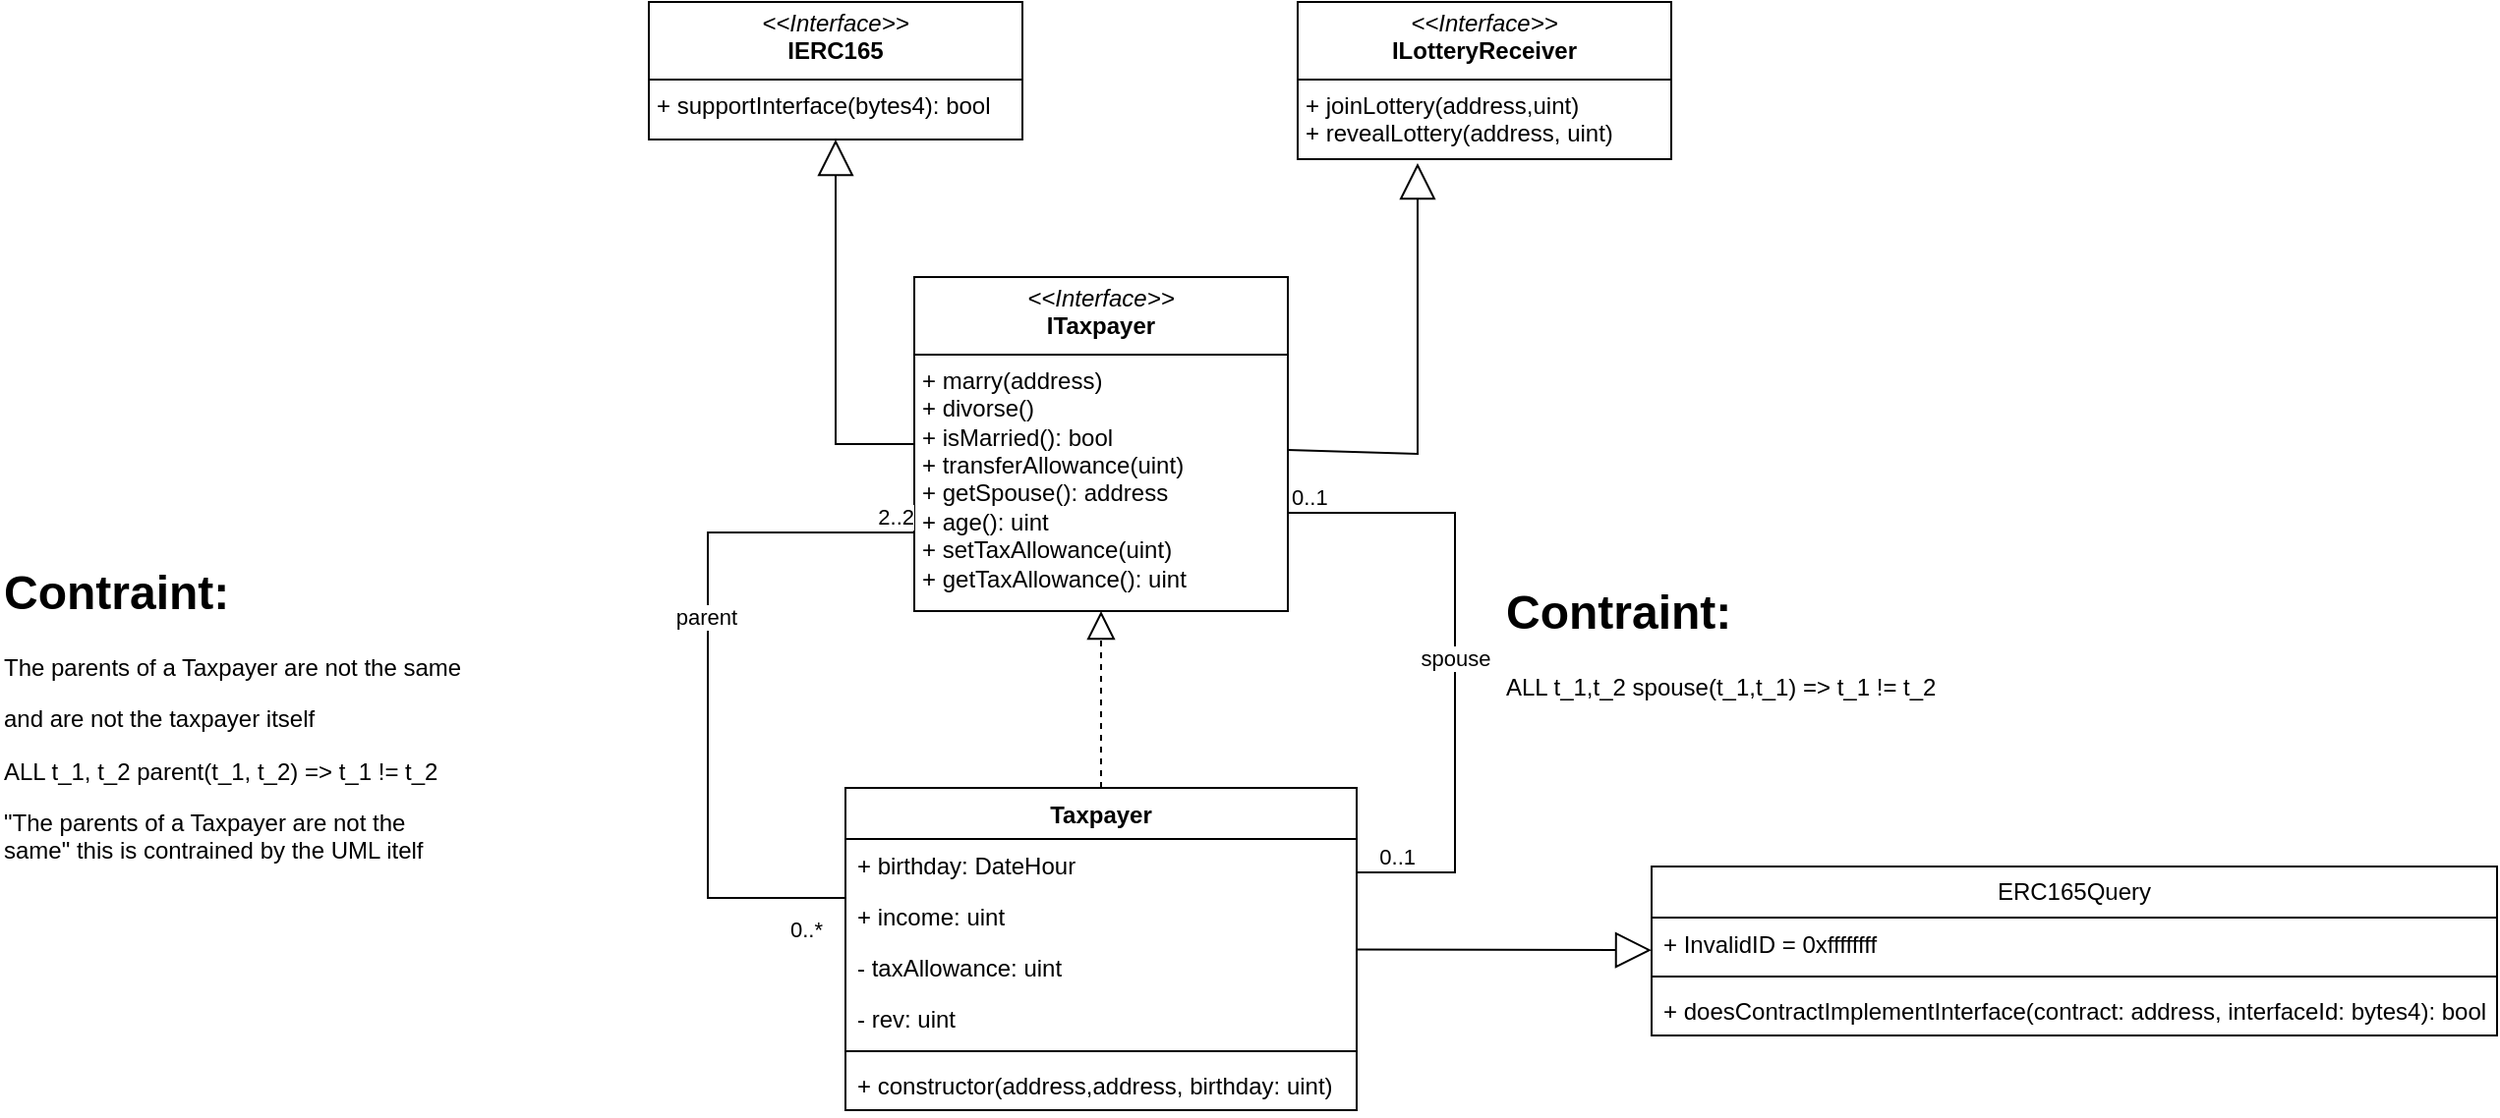
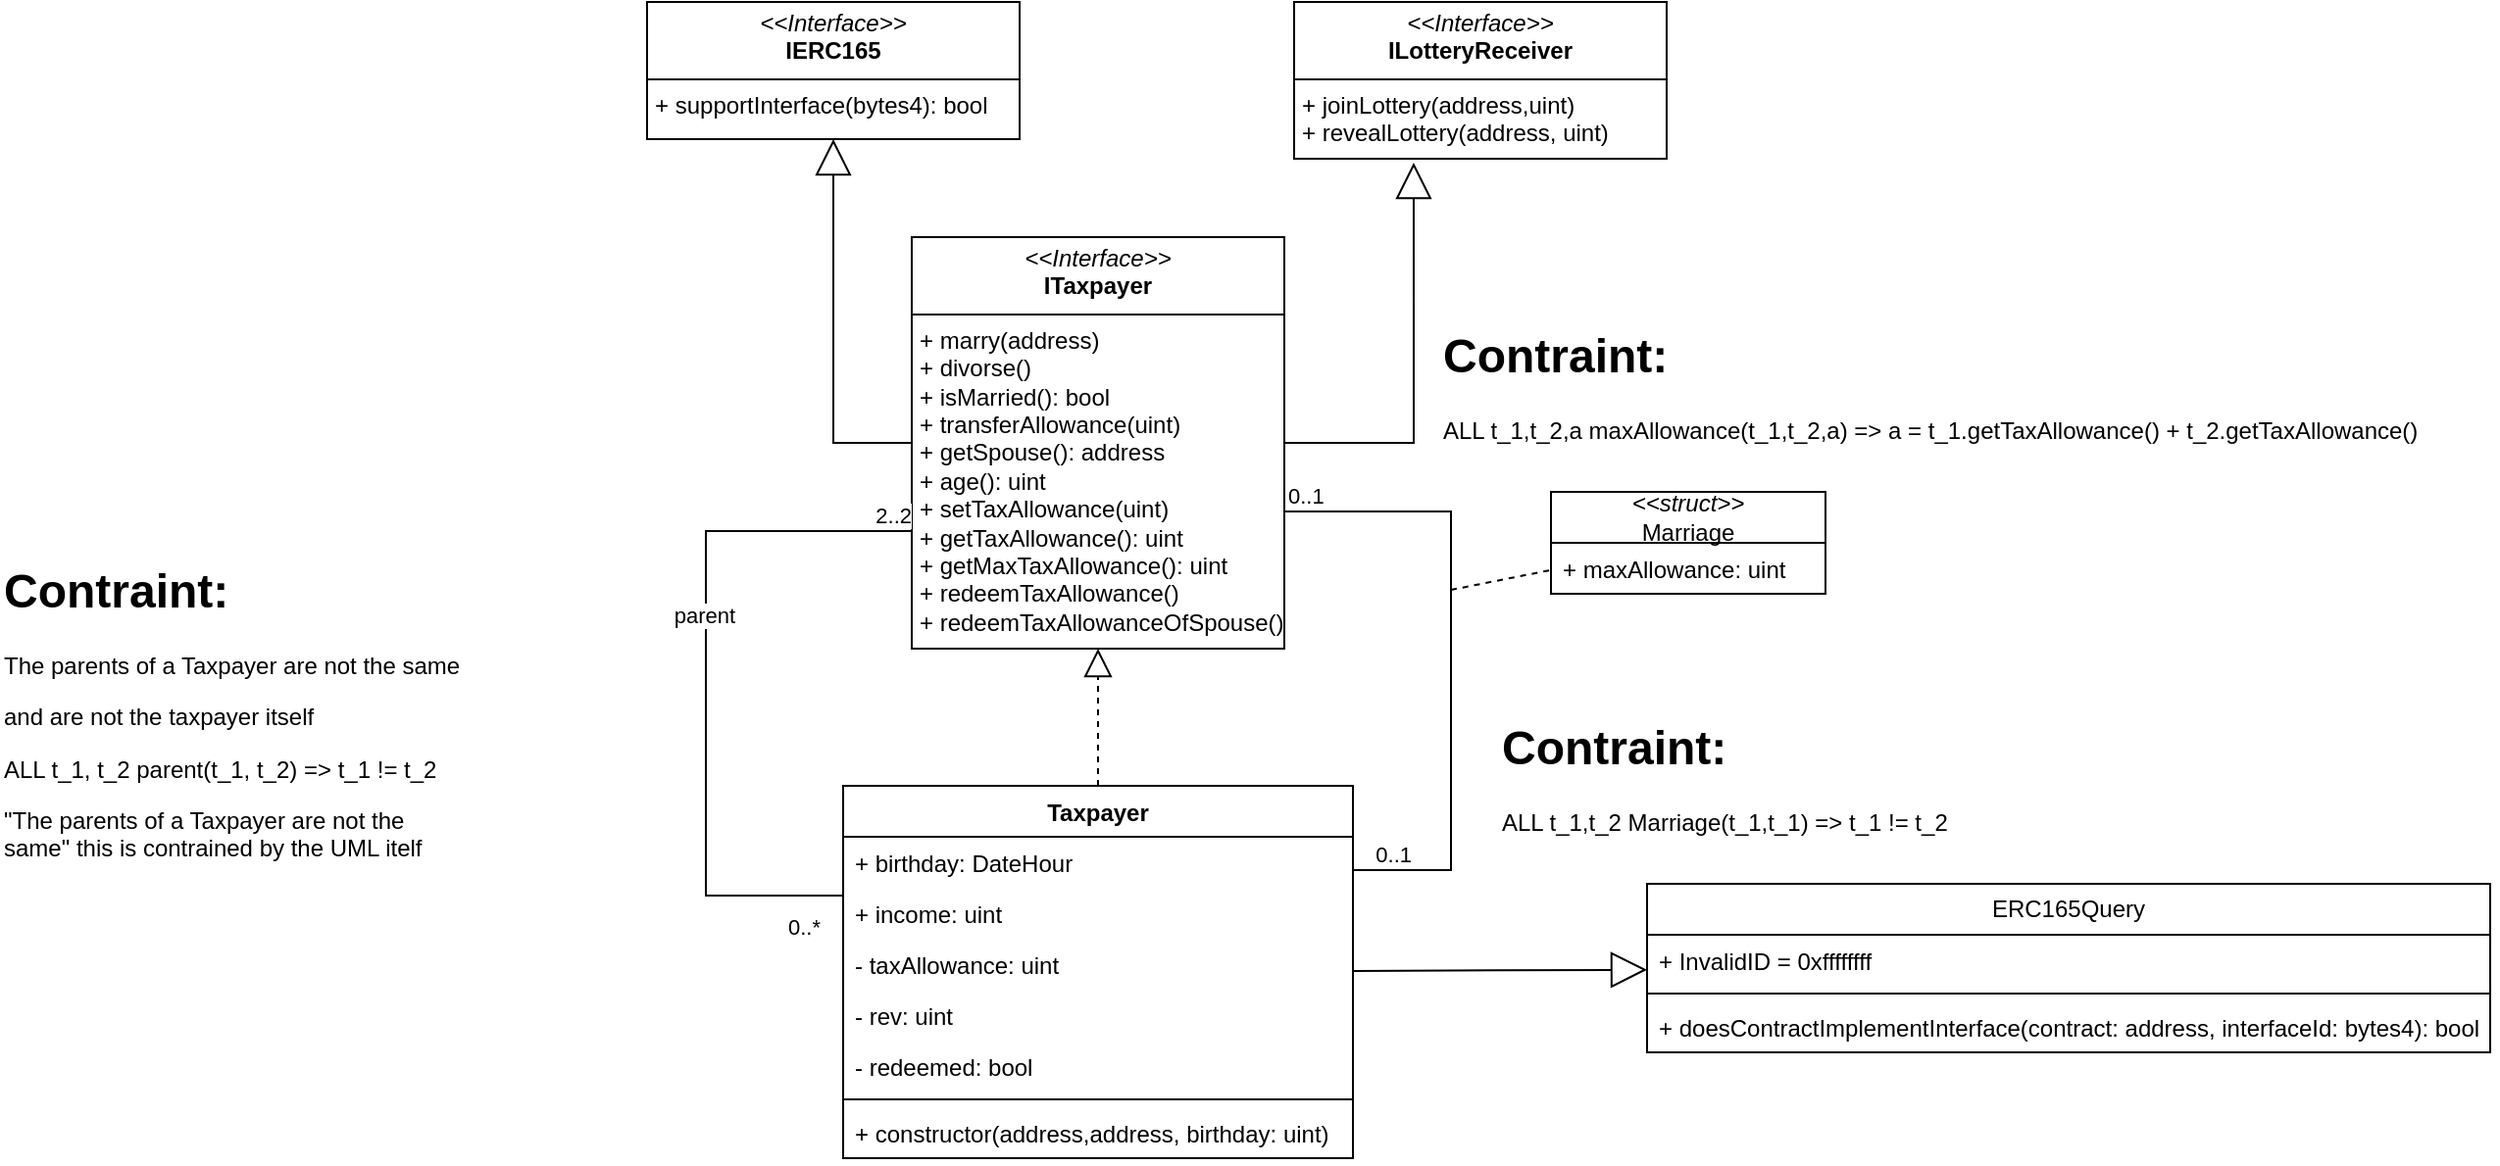
- <mxfile host="Electron" agent="Mozilla/5.0 (Macintosh; Intel Mac OS X 10_15_7) AppleWebKit/537.36 (KHTML, like Gecko) draw.io/28.1.2 Chrome/138.0.7204.243 Electron/37.4.0 Safari/537.36" version="28.1.2">
+ <mxfile host="Electron" agent="Mozilla/5.0 (X11; Linux x86_64) AppleWebKit/537.36 (KHTML, like Gecko) draw.io/29.0.3 Chrome/140.0.7339.249 Electron/38.7.0 Safari/537.36" version="29.0.3">
  <diagram name="Page-1" id="2QgMKyrjdVpumMaxxoHU">
-     <mxGraphModel dx="2010" dy="915" grid="1" gridSize="10" guides="1" tooltips="1" connect="1" arrows="1" fold="1" page="1" pageScale="1" pageWidth="827" pageHeight="1169" math="0" shadow="0">
+     <mxGraphModel dx="1710" dy="736" grid="1" gridSize="10" guides="1" tooltips="1" connect="1" arrows="1" fold="1" page="1" pageScale="1" pageWidth="827" pageHeight="1169" math="0" shadow="0">
      <root>
        <mxCell id="0" />
        <mxCell id="1" parent="0" />
        <mxCell id="wzdy_rKrvlF5ZHzTXn_8-14" value="Taxpayer" style="swimlane;fontStyle=1;align=center;verticalAlign=top;childLayout=stackLayout;horizontal=1;startSize=26;horizontalStack=0;resizeParent=1;resizeParentMax=0;resizeLast=0;collapsible=1;marginBottom=0;whiteSpace=wrap;html=1;" parent="1" vertex="1">
-           <mxGeometry x="-160" y="490" width="260" height="164" as="geometry" />
+           <mxGeometry x="-160" y="490" width="260" height="190" as="geometry" />
        </mxCell>
        <mxCell id="wzdy_rKrvlF5ZHzTXn_8-15" value="+ birthday: DateHour" style="text;strokeColor=none;fillColor=none;align=left;verticalAlign=top;spacingLeft=4;spacingRight=4;overflow=hidden;rotatable=0;points=[[0,0.5],[1,0.5]];portConstraint=eastwest;whiteSpace=wrap;html=1;" parent="wzdy_rKrvlF5ZHzTXn_8-14" vertex="1">
          <mxGeometry y="26" width="260" height="26" as="geometry" />
        </mxCell>
        <mxCell id="wzdy_rKrvlF5ZHzTXn_8-48" value="+ income: uint" style="text;strokeColor=none;fillColor=none;align=left;verticalAlign=top;spacingLeft=4;spacingRight=4;overflow=hidden;rotatable=0;points=[[0,0.5],[1,0.5]];portConstraint=eastwest;whiteSpace=wrap;html=1;" parent="wzdy_rKrvlF5ZHzTXn_8-14" vertex="1">
          <mxGeometry y="52" width="260" height="26" as="geometry" />
        </mxCell>
        <mxCell id="wzdy_rKrvlF5ZHzTXn_8-41" value="- taxAllowance: uint" style="text;strokeColor=none;fillColor=none;align=left;verticalAlign=top;spacingLeft=4;spacingRight=4;overflow=hidden;rotatable=0;points=[[0,0.5],[1,0.5]];portConstraint=eastwest;whiteSpace=wrap;html=1;" parent="wzdy_rKrvlF5ZHzTXn_8-14" vertex="1">
          <mxGeometry y="78" width="260" height="26" as="geometry" />
        </mxCell>
        <mxCell id="wzdy_rKrvlF5ZHzTXn_8-49" value="- rev: uint" style="text;strokeColor=none;fillColor=none;align=left;verticalAlign=top;spacingLeft=4;spacingRight=4;overflow=hidden;rotatable=0;points=[[0,0.5],[1,0.5]];portConstraint=eastwest;whiteSpace=wrap;html=1;" parent="wzdy_rKrvlF5ZHzTXn_8-14" vertex="1">
          <mxGeometry y="104" width="260" height="26" as="geometry" />
        </mxCell>
+         <mxCell id="HauEsbVkByJ_EL_nvbPs-1" value="- redeemed: bool" style="text;strokeColor=none;fillColor=none;align=left;verticalAlign=top;spacingLeft=4;spacingRight=4;overflow=hidden;rotatable=0;points=[[0,0.5],[1,0.5]];portConstraint=eastwest;whiteSpace=wrap;html=1;" vertex="1" parent="wzdy_rKrvlF5ZHzTXn_8-14">
+           <mxGeometry y="130" width="260" height="26" as="geometry" />
+         </mxCell>
        <mxCell id="wzdy_rKrvlF5ZHzTXn_8-16" value="" style="line;strokeWidth=1;fillColor=none;align=left;verticalAlign=middle;spacingTop=-1;spacingLeft=3;spacingRight=3;rotatable=0;labelPosition=right;points=[];portConstraint=eastwest;strokeColor=inherit;" parent="wzdy_rKrvlF5ZHzTXn_8-14" vertex="1">
-           <mxGeometry y="130" width="260" height="8" as="geometry" />
+           <mxGeometry y="156" width="260" height="8" as="geometry" />
        </mxCell>
        <mxCell id="wzdy_rKrvlF5ZHzTXn_8-17" value="+ constructor(address,address, birthday: uint)" style="text;strokeColor=none;fillColor=none;align=left;verticalAlign=top;spacingLeft=4;spacingRight=4;overflow=hidden;rotatable=0;points=[[0,0.5],[1,0.5]];portConstraint=eastwest;whiteSpace=wrap;html=1;" parent="wzdy_rKrvlF5ZHzTXn_8-14" vertex="1">
-           <mxGeometry y="138" width="260" height="26" as="geometry" />
+           <mxGeometry y="164" width="260" height="26" as="geometry" />
        </mxCell>
-         <mxCell id="wzdy_rKrvlF5ZHzTXn_8-18" value="&lt;p style=&quot;margin:0px;margin-top:4px;text-align:center;&quot;&gt;&lt;i&gt;&amp;lt;&amp;lt;Interface&amp;gt;&amp;gt;&lt;/i&gt;&lt;br&gt;&lt;b&gt;ITaxpayer&lt;/b&gt;&lt;/p&gt;&lt;hr size=&quot;1&quot; style=&quot;border-style:solid;&quot;&gt;&lt;p style=&quot;margin:0px;margin-left:4px;&quot;&gt;+ marry(address)&lt;br&gt;+ divorse()&lt;/p&gt;&lt;p style=&quot;margin:0px;margin-left:4px;&quot;&gt;+ isMarried(): bool&lt;/p&gt;&lt;p style=&quot;margin:0px;margin-left:4px;&quot;&gt;+ transferAllowance(uint)&lt;/p&gt;&lt;p style=&quot;margin:0px;margin-left:4px;&quot;&gt;+ getSpouse(): address&lt;/p&gt;&lt;p style=&quot;margin:0px;margin-left:4px;&quot;&gt;+ age(): uint&lt;/p&gt;&lt;p style=&quot;margin:0px;margin-left:4px;&quot;&gt;+ setTaxAllowance(uint)&lt;/p&gt;&lt;p style=&quot;margin:0px;margin-left:4px;&quot;&gt;+ getTaxAllowance(): uint&lt;/p&gt;" style="verticalAlign=top;align=left;overflow=fill;html=1;whiteSpace=wrap;" parent="1" vertex="1">
-           <mxGeometry x="-125" y="230" width="190" height="170" as="geometry" />
+         <mxCell id="wzdy_rKrvlF5ZHzTXn_8-18" value="&lt;p style=&quot;margin:0px;margin-top:4px;text-align:center;&quot;&gt;&lt;i&gt;&amp;lt;&amp;lt;Interface&amp;gt;&amp;gt;&lt;/i&gt;&lt;br&gt;&lt;b&gt;ITaxpayer&lt;/b&gt;&lt;/p&gt;&lt;hr size=&quot;1&quot; style=&quot;border-style:solid;&quot;&gt;&lt;p style=&quot;margin:0px;margin-left:4px;&quot;&gt;+ marry(address)&lt;br&gt;+ divorse()&lt;/p&gt;&lt;p style=&quot;margin:0px;margin-left:4px;&quot;&gt;+ isMarried(): bool&lt;/p&gt;&lt;p style=&quot;margin:0px;margin-left:4px;&quot;&gt;+ transferAllowance(uint)&lt;/p&gt;&lt;p style=&quot;margin:0px;margin-left:4px;&quot;&gt;+ getSpouse(): address&lt;/p&gt;&lt;p style=&quot;margin:0px;margin-left:4px;&quot;&gt;+ age(): uint&lt;/p&gt;&lt;p style=&quot;margin:0px;margin-left:4px;&quot;&gt;+ setTaxAllowance(uint)&lt;/p&gt;&lt;p style=&quot;margin:0px;margin-left:4px;&quot;&gt;+ getTaxAllowance(): uint&lt;/p&gt;&lt;p style=&quot;margin:0px;margin-left:4px;&quot;&gt;+ getMaxTaxAllowance(): uint&lt;/p&gt;&lt;p style=&quot;margin:0px;margin-left:4px;&quot;&gt;+ redeemTaxAllowance()&lt;/p&gt;&lt;p style=&quot;margin:0px;margin-left:4px;&quot;&gt;+ redeemTaxAllowanceOfSpouse()&lt;/p&gt;" style="verticalAlign=top;align=left;overflow=fill;html=1;whiteSpace=wrap;" parent="1" vertex="1">
+           <mxGeometry x="-125" y="210" width="190" height="210" as="geometry" />
        </mxCell>
        <mxCell id="wzdy_rKrvlF5ZHzTXn_8-19" value="" style="endArrow=block;dashed=1;endFill=0;endSize=12;html=1;rounded=0;" parent="1" source="wzdy_rKrvlF5ZHzTXn_8-14" target="wzdy_rKrvlF5ZHzTXn_8-18" edge="1">
          <mxGeometry width="160" relative="1" as="geometry">
            <mxPoint x="-70" y="420" as="sourcePoint" />
            <mxPoint x="90" y="420" as="targetPoint" />
          </mxGeometry>
        </mxCell>
        <mxCell id="wzdy_rKrvlF5ZHzTXn_8-20" value="&lt;p style=&quot;margin:0px;margin-top:4px;text-align:center;&quot;&gt;&lt;i&gt;&amp;lt;&amp;lt;Interface&amp;gt;&amp;gt;&lt;/i&gt;&lt;br&gt;&lt;b&gt;IERC165&lt;/b&gt;&lt;/p&gt;&lt;hr size=&quot;1&quot; style=&quot;border-style:solid;&quot;&gt;&lt;p style=&quot;margin:0px;margin-left:4px;&quot;&gt;+ supportInterface(bytes4): bool&lt;br&gt;&lt;/p&gt;" style="verticalAlign=top;align=left;overflow=fill;html=1;whiteSpace=wrap;" parent="1" vertex="1">
          <mxGeometry x="-260" y="90" width="190" height="70" as="geometry" />
        </mxCell>
        <mxCell id="wzdy_rKrvlF5ZHzTXn_8-21" value="" style="endArrow=block;endSize=16;endFill=0;html=1;rounded=0;" parent="1" source="wzdy_rKrvlF5ZHzTXn_8-18" target="wzdy_rKrvlF5ZHzTXn_8-20" edge="1">
          <mxGeometry width="160" relative="1" as="geometry">
            <mxPoint x="-70" y="420" as="sourcePoint" />
            <mxPoint x="90" y="420" as="targetPoint" />
            <Array as="points">
              <mxPoint x="-165" y="315" />
            </Array>
          </mxGeometry>
        </mxCell>
        <mxCell id="wzdy_rKrvlF5ZHzTXn_8-22" value="&lt;p style=&quot;margin:0px;margin-top:4px;text-align:center;&quot;&gt;&lt;i&gt;&amp;lt;&amp;lt;Interface&amp;gt;&amp;gt;&lt;/i&gt;&lt;br&gt;&lt;b&gt;ILotteryReceiver&lt;/b&gt;&lt;/p&gt;&lt;hr size=&quot;1&quot; style=&quot;border-style:solid;&quot;&gt;&lt;p style=&quot;margin:0px;margin-left:4px;&quot;&gt;+ joinLottery(address,uint)&lt;br&gt;+ revealLottery(address, uint)&lt;/p&gt;" style="verticalAlign=top;align=left;overflow=fill;html=1;whiteSpace=wrap;" parent="1" vertex="1">
          <mxGeometry x="70" y="90" width="190" height="80" as="geometry" />
        </mxCell>
        <mxCell id="wzdy_rKrvlF5ZHzTXn_8-23" value="" style="endArrow=block;endSize=16;endFill=0;html=1;rounded=0;entryX=0.321;entryY=1.025;entryDx=0;entryDy=0;entryPerimeter=0;" parent="1" source="wzdy_rKrvlF5ZHzTXn_8-18" target="wzdy_rKrvlF5ZHzTXn_8-22" edge="1">
          <mxGeometry width="160" relative="1" as="geometry">
            <mxPoint x="-70" y="420" as="sourcePoint" />
            <mxPoint x="90" y="420" as="targetPoint" />
            <Array as="points">
-               <mxPoint x="131" y="320" />
+               <mxPoint x="131" y="315" />
            </Array>
          </mxGeometry>
        </mxCell>
-         <mxCell id="wzdy_rKrvlF5ZHzTXn_8-35" value="spouse" style="endArrow=none;html=1;edgeStyle=orthogonalEdgeStyle;rounded=0;" parent="1" source="wzdy_rKrvlF5ZHzTXn_8-18" target="wzdy_rKrvlF5ZHzTXn_8-14" edge="1">
+         <mxCell id="wzdy_rKrvlF5ZHzTXn_8-35" value="" style="endArrow=none;html=1;edgeStyle=orthogonalEdgeStyle;rounded=0;" parent="1" source="wzdy_rKrvlF5ZHzTXn_8-18" target="wzdy_rKrvlF5ZHzTXn_8-14" edge="1">
          <mxGeometry relative="1" as="geometry">
            <mxPoint x="150" y="370" as="sourcePoint" />
            <mxPoint x="170" y="520" as="targetPoint" />
            <Array as="points">
              <mxPoint x="150" y="350" />
              <mxPoint x="150" y="533" />
            </Array>
          </mxGeometry>
        </mxCell>
        <mxCell id="wzdy_rKrvlF5ZHzTXn_8-36" value="0..1" style="edgeLabel;resizable=0;html=1;align=left;verticalAlign=bottom;" parent="wzdy_rKrvlF5ZHzTXn_8-35" connectable="0" vertex="1">
          <mxGeometry x="-1" relative="1" as="geometry" />
        </mxCell>
        <mxCell id="wzdy_rKrvlF5ZHzTXn_8-37" value="0..1" style="edgeLabel;resizable=0;html=1;align=right;verticalAlign=bottom;" parent="wzdy_rKrvlF5ZHzTXn_8-35" connectable="0" vertex="1">
          <mxGeometry x="1" relative="1" as="geometry">
            <mxPoint x="30" as="offset" />
          </mxGeometry>
        </mxCell>
-         <mxCell id="wzdy_rKrvlF5ZHzTXn_8-40" value="&lt;h1 style=&quot;margin-top: 0px;&quot;&gt;Contraint:&lt;/h1&gt;&lt;p&gt;ALL t_1,t_2 spouse(t_1,t_1) =&amp;gt; t_1 != t_2&lt;/p&gt;" style="text;html=1;whiteSpace=wrap;overflow=hidden;rounded=0;" parent="1" vertex="1">
-           <mxGeometry x="174" y="380" width="240" height="80" as="geometry" />
+         <mxCell id="wzdy_rKrvlF5ZHzTXn_8-40" value="&lt;h1 style=&quot;margin-top: 0px;&quot;&gt;Contraint:&lt;/h1&gt;&lt;p&gt;ALL t_1,t_2 Marriage(t_1,t_1) =&amp;gt; t_1 != t_2&lt;/p&gt;" style="text;html=1;whiteSpace=wrap;overflow=hidden;rounded=0;" parent="1" vertex="1">
+           <mxGeometry x="174" y="450" width="240" height="80" as="geometry" />
        </mxCell>
        <mxCell id="wzdy_rKrvlF5ZHzTXn_8-42" value="" style="endArrow=none;html=1;edgeStyle=orthogonalEdgeStyle;rounded=0;" parent="1" source="wzdy_rKrvlF5ZHzTXn_8-14" target="wzdy_rKrvlF5ZHzTXn_8-18" edge="1">
          <mxGeometry relative="1" as="geometry">
            <mxPoint x="-100" y="440" as="sourcePoint" />
            <mxPoint x="60" y="440" as="targetPoint" />
            <Array as="points">
              <mxPoint x="-230" y="546" />
              <mxPoint x="-230" y="360" />
            </Array>
          </mxGeometry>
        </mxCell>
        <mxCell id="wzdy_rKrvlF5ZHzTXn_8-43" value="0..*" style="edgeLabel;resizable=0;html=1;align=left;verticalAlign=bottom;" parent="wzdy_rKrvlF5ZHzTXn_8-42" connectable="0" vertex="1">
          <mxGeometry x="-1" relative="1" as="geometry">
            <mxPoint x="-30" y="24" as="offset" />
          </mxGeometry>
        </mxCell>
        <mxCell id="wzdy_rKrvlF5ZHzTXn_8-44" value="2..2" style="edgeLabel;resizable=0;html=1;align=right;verticalAlign=bottom;" parent="wzdy_rKrvlF5ZHzTXn_8-42" connectable="0" vertex="1">
          <mxGeometry x="1" relative="1" as="geometry" />
        </mxCell>
        <mxCell id="wzdy_rKrvlF5ZHzTXn_8-45" value="parent" style="edgeLabel;html=1;align=center;verticalAlign=middle;resizable=0;points=[];" parent="wzdy_rKrvlF5ZHzTXn_8-42" vertex="1" connectable="0">
          <mxGeometry x="0.1816" y="1" relative="1" as="geometry">
            <mxPoint as="offset" />
          </mxGeometry>
        </mxCell>
        <mxCell id="wzdy_rKrvlF5ZHzTXn_8-46" value="&lt;h1 style=&quot;margin-top: 0px;&quot;&gt;Contraint:&lt;/h1&gt;&lt;p&gt;The parents of a Taxpayer are not the same&lt;/p&gt;&lt;p&gt;and are not the taxpayer itself&lt;/p&gt;&lt;p&gt;ALL t_1, t_2 parent(t_1, t_2) =&amp;gt; t_1 != t_2&lt;/p&gt;&lt;p&gt;&quot;&lt;span style=&quot;background-color: transparent; color: light-dark(rgb(0, 0, 0), rgb(255, 255, 255));&quot;&gt;The parents of a Taxpayer are not the same&lt;/span&gt;&lt;span style=&quot;background-color: transparent; color: light-dark(rgb(0, 0, 0), rgb(255, 255, 255));&quot;&gt;&quot; this is contrained by the UML itelf&lt;/span&gt;&lt;/p&gt;&lt;p&gt;&lt;br&gt;&lt;/p&gt;" style="text;html=1;whiteSpace=wrap;overflow=hidden;rounded=0;" parent="1" vertex="1">
          <mxGeometry x="-590" y="370" width="240" height="170" as="geometry" />
        </mxCell>
-         <mxCell id="lH-JZ-yHkov8qe1QYtQ2-1" value="ERC165Query" style="swimlane;fontStyle=0;childLayout=stackLayout;horizontal=1;startSize=26;fillColor=none;horizontalStack=0;resizeParent=1;resizeParentMax=0;resizeLast=0;collapsible=1;marginBottom=0;whiteSpace=wrap;html=1;" vertex="1" parent="1">
-           <mxGeometry x="250" y="530" width="430" height="86" as="geometry" />
+         <mxCell id="lH-JZ-yHkov8qe1QYtQ2-1" value="ERC165Query" style="swimlane;fontStyle=0;childLayout=stackLayout;horizontal=1;startSize=26;fillColor=none;horizontalStack=0;resizeParent=1;resizeParentMax=0;resizeLast=0;collapsible=1;marginBottom=0;whiteSpace=wrap;html=1;" parent="1" vertex="1">
+           <mxGeometry x="250" y="540" width="430" height="86" as="geometry" />
        </mxCell>
-         <mxCell id="lH-JZ-yHkov8qe1QYtQ2-2" value="+ InvalidID = 0xffffffff" style="text;strokeColor=none;fillColor=none;align=left;verticalAlign=top;spacingLeft=4;spacingRight=4;overflow=hidden;rotatable=0;points=[[0,0.5],[1,0.5]];portConstraint=eastwest;whiteSpace=wrap;html=1;" vertex="1" parent="lH-JZ-yHkov8qe1QYtQ2-1">
+         <mxCell id="lH-JZ-yHkov8qe1QYtQ2-2" value="+ InvalidID = 0xffffffff" style="text;strokeColor=none;fillColor=none;align=left;verticalAlign=top;spacingLeft=4;spacingRight=4;overflow=hidden;rotatable=0;points=[[0,0.5],[1,0.5]];portConstraint=eastwest;whiteSpace=wrap;html=1;" parent="lH-JZ-yHkov8qe1QYtQ2-1" vertex="1">
          <mxGeometry y="26" width="430" height="26" as="geometry" />
        </mxCell>
-         <mxCell id="lH-JZ-yHkov8qe1QYtQ2-5" value="" style="line;strokeWidth=1;fillColor=none;align=left;verticalAlign=middle;spacingTop=-1;spacingLeft=3;spacingRight=3;rotatable=0;labelPosition=right;points=[];portConstraint=eastwest;strokeColor=inherit;" vertex="1" parent="lH-JZ-yHkov8qe1QYtQ2-1">
+         <mxCell id="lH-JZ-yHkov8qe1QYtQ2-5" value="" style="line;strokeWidth=1;fillColor=none;align=left;verticalAlign=middle;spacingTop=-1;spacingLeft=3;spacingRight=3;rotatable=0;labelPosition=right;points=[];portConstraint=eastwest;strokeColor=inherit;" parent="lH-JZ-yHkov8qe1QYtQ2-1" vertex="1">
          <mxGeometry y="52" width="430" height="8" as="geometry" />
        </mxCell>
-         <mxCell id="lH-JZ-yHkov8qe1QYtQ2-4" value="+ doesContractImplementInterface(contract: address, interfaceId: bytes4): bool" style="text;strokeColor=none;fillColor=none;align=left;verticalAlign=top;spacingLeft=4;spacingRight=4;overflow=hidden;rotatable=0;points=[[0,0.5],[1,0.5]];portConstraint=eastwest;whiteSpace=wrap;html=1;" vertex="1" parent="lH-JZ-yHkov8qe1QYtQ2-1">
+         <mxCell id="lH-JZ-yHkov8qe1QYtQ2-4" value="+ doesContractImplementInterface(contract: address, interfaceId: bytes4): bool" style="text;strokeColor=none;fillColor=none;align=left;verticalAlign=top;spacingLeft=4;spacingRight=4;overflow=hidden;rotatable=0;points=[[0,0.5],[1,0.5]];portConstraint=eastwest;whiteSpace=wrap;html=1;" parent="lH-JZ-yHkov8qe1QYtQ2-1" vertex="1">
          <mxGeometry y="60" width="430" height="26" as="geometry" />
        </mxCell>
-         <mxCell id="lH-JZ-yHkov8qe1QYtQ2-6" value="" style="endArrow=block;endSize=16;endFill=0;html=1;rounded=0;" edge="1" parent="1" source="wzdy_rKrvlF5ZHzTXn_8-14" target="lH-JZ-yHkov8qe1QYtQ2-1">
+         <mxCell id="lH-JZ-yHkov8qe1QYtQ2-6" value="" style="endArrow=block;endSize=16;endFill=0;html=1;rounded=0;" parent="1" source="wzdy_rKrvlF5ZHzTXn_8-14" target="lH-JZ-yHkov8qe1QYtQ2-1" edge="1">
          <mxGeometry width="160" relative="1" as="geometry">
            <mxPoint x="120" y="660" as="sourcePoint" />
            <mxPoint x="280" y="660" as="targetPoint" />
          </mxGeometry>
        </mxCell>
+         <mxCell id="HauEsbVkByJ_EL_nvbPs-2" value="&lt;div&gt;&lt;i&gt;&amp;lt;&amp;lt;struct&amp;gt;&amp;gt;&lt;/i&gt;&lt;/div&gt;Marriage" style="swimlane;fontStyle=0;childLayout=stackLayout;horizontal=1;startSize=26;fillColor=none;horizontalStack=0;resizeParent=1;resizeParentMax=0;resizeLast=0;collapsible=1;marginBottom=0;whiteSpace=wrap;html=1;" vertex="1" parent="1">
+           <mxGeometry x="201" y="340" width="140" height="52" as="geometry" />
+         </mxCell>
+         <mxCell id="HauEsbVkByJ_EL_nvbPs-3" value="+ maxAllowance: uint" style="text;strokeColor=none;fillColor=none;align=left;verticalAlign=top;spacingLeft=4;spacingRight=4;overflow=hidden;rotatable=0;points=[[0,0.5],[1,0.5]];portConstraint=eastwest;whiteSpace=wrap;html=1;" vertex="1" parent="HauEsbVkByJ_EL_nvbPs-2">
+           <mxGeometry y="26" width="140" height="26" as="geometry" />
+         </mxCell>
+         <mxCell id="HauEsbVkByJ_EL_nvbPs-6" value="" style="endArrow=none;dashed=1;html=1;rounded=0;" edge="1" parent="1" target="HauEsbVkByJ_EL_nvbPs-2">
+           <mxGeometry width="50" height="50" relative="1" as="geometry">
+             <mxPoint x="150" y="390" as="sourcePoint" />
+             <mxPoint x="330" y="450" as="targetPoint" />
+           </mxGeometry>
+         </mxCell>
+         <mxCell id="HauEsbVkByJ_EL_nvbPs-7" value="&lt;h1 style=&quot;margin-top: 0px;&quot;&gt;Contraint:&lt;/h1&gt;&lt;p&gt;ALL t_1,t_2,a maxAllowance(t_1,t_2,a) =&amp;gt; a = t_1.getTaxAllowance() + t_2.getTaxAllowance()&lt;/p&gt;" style="text;html=1;whiteSpace=wrap;overflow=hidden;rounded=0;" vertex="1" parent="1">
+           <mxGeometry x="144" y="250" width="540" height="70" as="geometry" />
+         </mxCell>
      </root>
    </mxGraphModel>
  </diagram>
</mxfile>
